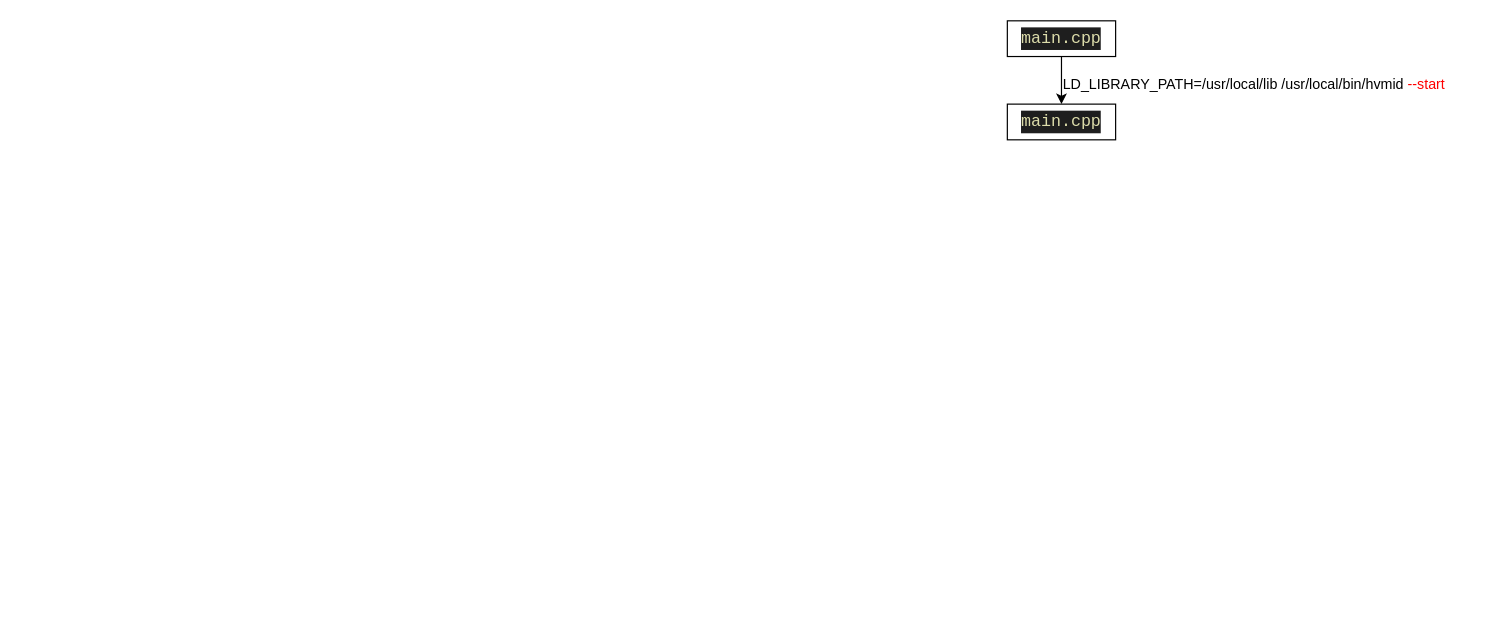
This is Untitled Diagram.drawio from Amber0130/Other, a draw.io file, before an edit. Source tidied: cells renumbered, new cells numbered last; positions are measured from the earlier drawing's top-left corner, leaving out a move shared by most shapes. Both pictures are drawn from the tidied source at 119%, with x=0, y=0 at pixel (1007, 20).
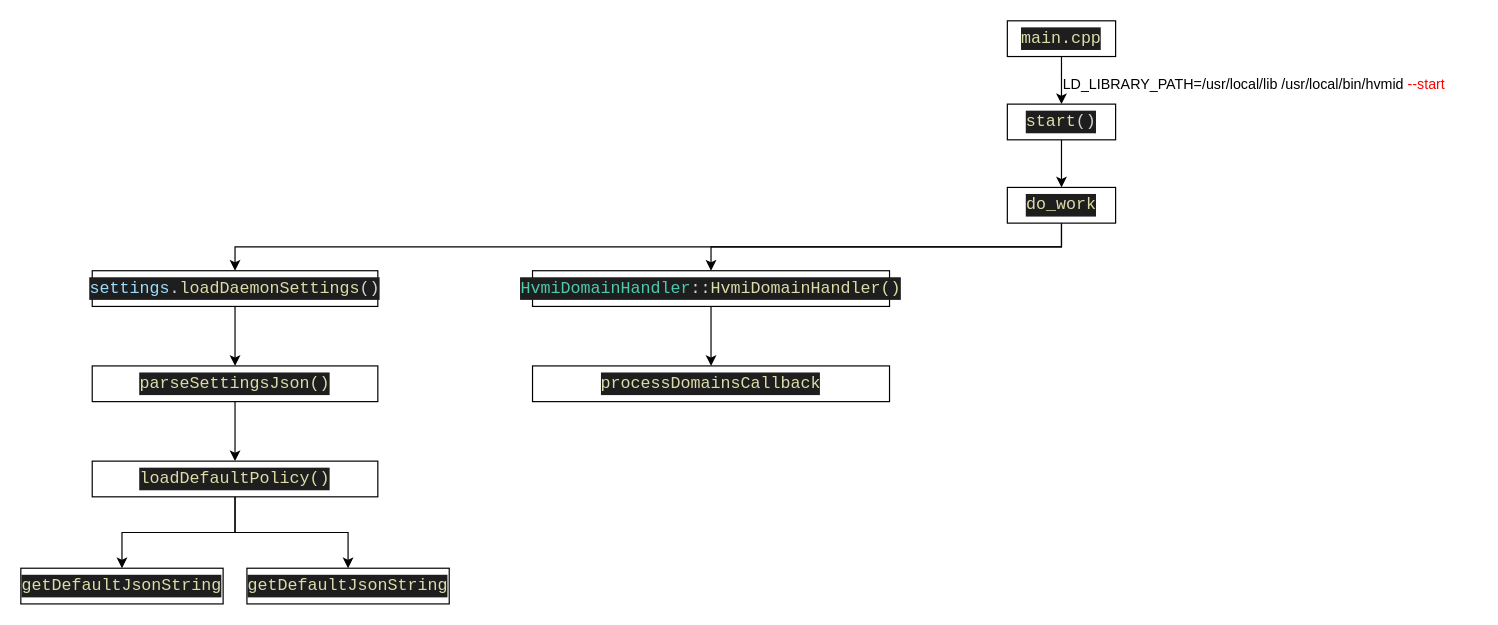
The same page after the edit.

The edit, as a diff of the source:
```diff
@@
+    <mxCell id="6" style="edgeStyle=orthogonalEdgeStyle;rounded=0;jettySize=auto;html=1;exitX=0.5;exitY=1;exitDx=0;exitDy=0;fontColor=#FF0000;" parent="1" edge="1" source="4" target="9">
+      <mxGeometry relative="1" as="geometry" />
+    </mxCell>
-    <mxCell id="4" value="&lt;div style=&quot;color: rgb(212 , 212 , 212) ; background-color: rgb(30 , 30 , 30) ; font-family: &amp;#34;consolas&amp;#34; , &amp;#34;courier new&amp;#34; , monospace ; font-size: 14px ; line-height: 19px&quot;&gt;&lt;span style=&quot;color: #dcdcaa&quot;&gt;main.cpp&lt;/span&gt;&lt;/div&gt;" style="rounded=0;whiteSpace=wrap;html=1;" parent="1" vertex="1">
+    <mxCell id="4" value="&lt;div style=&quot;color: rgb(212 , 212 , 212) ; background-color: rgb(30 , 30 , 30) ; font-family: &amp;#34;consolas&amp;#34; , &amp;#34;courier new&amp;#34; , monospace ; font-size: 14px ; line-height: 19px&quot;&gt;&lt;div style=&quot;font-family: &amp;#34;consolas&amp;#34; , &amp;#34;courier new&amp;#34; , monospace ; line-height: 19px&quot;&gt;&lt;span style=&quot;color: #dcdcaa&quot;&gt;start&lt;/span&gt;()&lt;/div&gt;&lt;/div&gt;" style="rounded=0;whiteSpace=wrap;html=1;" parent="1" vertex="1">
       <mxGeometry y="70" width="91" height="30" as="geometry" />
     </mxCell>
@@
+    <mxCell id="7" style="edgeStyle=orthogonalEdgeStyle;rounded=0;jettySize=auto;html=1;exitX=0.5;exitY=1;exitDx=0;exitDy=0;fontColor=#FF0000;" parent="1" edge="1" source="9" target="11">
+      <mxGeometry relative="1" as="geometry" />
+    </mxCell>
+    <mxCell id="8" style="edgeStyle=orthogonalEdgeStyle;rounded=0;jettySize=auto;html=1;exitX=0.5;exitY=1;exitDx=0;exitDy=0;entryX=0.5;entryY=0;entryDx=0;entryDy=0;fontColor=#FF0000;" parent="1" edge="1" source="9" target="20">
+      <mxGeometry relative="1" as="geometry" />
+    </mxCell>
+    <mxCell id="9" value="&lt;div style=&quot;color: rgb(212 , 212 , 212) ; background-color: rgb(30 , 30 , 30) ; font-family: &amp;#34;consolas&amp;#34; , &amp;#34;courier new&amp;#34; , monospace ; font-size: 14px ; line-height: 19px&quot;&gt;&lt;div style=&quot;font-family: &amp;#34;consolas&amp;#34; , &amp;#34;courier new&amp;#34; , monospace ; line-height: 19px&quot;&gt;&lt;div style=&quot;font-family: &amp;#34;consolas&amp;#34; , &amp;#34;courier new&amp;#34; , monospace ; line-height: 19px&quot;&gt;&lt;span style=&quot;color: #dcdcaa&quot;&gt;do_work&lt;/span&gt;&lt;/div&gt;&lt;/div&gt;&lt;/div&gt;" style="rounded=0;whiteSpace=wrap;html=1;" parent="1" vertex="1">
+      <mxGeometry y="140" width="91" height="30" as="geometry" />
+    </mxCell>
+    <mxCell id="10" style="edgeStyle=orthogonalEdgeStyle;rounded=0;jettySize=auto;html=1;exitX=0.5;exitY=1;exitDx=0;exitDy=0;fontColor=#FF0000;" parent="1" edge="1" source="11" target="13">
+      <mxGeometry relative="1" as="geometry" />
+    </mxCell>
+    <mxCell id="11" value="&lt;div style=&quot;color: rgb(212 , 212 , 212) ; background-color: rgb(30 , 30 , 30) ; font-family: &amp;#34;consolas&amp;#34; , &amp;#34;courier new&amp;#34; , monospace ; font-size: 14px ; line-height: 19px&quot;&gt;&lt;div style=&quot;font-family: &amp;#34;consolas&amp;#34; , &amp;#34;courier new&amp;#34; , monospace ; line-height: 19px&quot;&gt;&lt;div style=&quot;font-family: &amp;#34;consolas&amp;#34; , &amp;#34;courier new&amp;#34; , monospace ; line-height: 19px&quot;&gt;&lt;div style=&quot;font-family: &amp;#34;consolas&amp;#34; , &amp;#34;courier new&amp;#34; , monospace ; line-height: 19px&quot;&gt;&lt;span style=&quot;color: #9cdcfe&quot;&gt;settings&lt;/span&gt;.&lt;span style=&quot;color: #dcdcaa&quot;&gt;loadDaemonSettings&lt;/span&gt;()&lt;/div&gt;&lt;/div&gt;&lt;/div&gt;&lt;/div&gt;" style="rounded=0;whiteSpace=wrap;html=1;" parent="1" vertex="1">
+      <mxGeometry x="-769" y="210" width="240" height="30" as="geometry" />
+    </mxCell>
+    <mxCell id="12" style="edgeStyle=orthogonalEdgeStyle;rounded=0;jettySize=auto;html=1;exitX=0.5;exitY=1;exitDx=0;exitDy=0;fontColor=#FF0000;" parent="1" edge="1" source="13" target="16">
+      <mxGeometry relative="1" as="geometry" />
+    </mxCell>
+    <mxCell id="13" value="&lt;div style=&quot;color: rgb(212 , 212 , 212) ; background-color: rgb(30 , 30 , 30) ; font-family: &amp;#34;consolas&amp;#34; , &amp;#34;courier new&amp;#34; , monospace ; font-size: 14px ; line-height: 19px&quot;&gt;&lt;div style=&quot;font-family: &amp;#34;consolas&amp;#34; , &amp;#34;courier new&amp;#34; , monospace ; line-height: 19px&quot;&gt;&lt;div style=&quot;font-family: &amp;#34;consolas&amp;#34; , &amp;#34;courier new&amp;#34; , monospace ; line-height: 19px&quot;&gt;&lt;div style=&quot;font-family: &amp;#34;consolas&amp;#34; , &amp;#34;courier new&amp;#34; , monospace ; line-height: 19px&quot;&gt;&lt;div style=&quot;font-family: &amp;#34;consolas&amp;#34; , &amp;#34;courier new&amp;#34; , monospace ; line-height: 19px&quot;&gt;&lt;span style=&quot;color: #dcdcaa&quot;&gt;parseSettingsJson()&lt;/span&gt;&lt;/div&gt;&lt;/div&gt;&lt;/div&gt;&lt;/div&gt;&lt;/div&gt;" style="rounded=0;whiteSpace=wrap;html=1;" parent="1" vertex="1">
+      <mxGeometry x="-769" y="290" width="240" height="30" as="geometry" />
+    </mxCell>
+    <mxCell id="14" style="edgeStyle=orthogonalEdgeStyle;rounded=0;jettySize=auto;html=1;exitX=0.5;exitY=1;exitDx=0;exitDy=0;entryX=0.5;entryY=0;entryDx=0;entryDy=0;fontColor=#FF0000;" parent="1" edge="1" source="16" target="17">
+      <mxGeometry relative="1" as="geometry" />
+    </mxCell>
+    <mxCell id="15" style="edgeStyle=orthogonalEdgeStyle;rounded=0;jettySize=auto;html=1;exitX=0.5;exitY=1;exitDx=0;exitDy=0;entryX=0.5;entryY=0;entryDx=0;entryDy=0;fontColor=#FF0000;" parent="1" edge="1" source="16" target="18">
+      <mxGeometry relative="1" as="geometry" />
+    </mxCell>
+    <mxCell id="16" value="&lt;div style=&quot;color: rgb(212 , 212 , 212) ; background-color: rgb(30 , 30 , 30) ; font-family: &amp;#34;consolas&amp;#34; , &amp;#34;courier new&amp;#34; , monospace ; font-size: 14px ; line-height: 19px&quot;&gt;&lt;div style=&quot;font-family: &amp;#34;consolas&amp;#34; , &amp;#34;courier new&amp;#34; , monospace ; line-height: 19px&quot;&gt;&lt;div style=&quot;font-family: &amp;#34;consolas&amp;#34; , &amp;#34;courier new&amp;#34; , monospace ; line-height: 19px&quot;&gt;&lt;div style=&quot;font-family: &amp;#34;consolas&amp;#34; , &amp;#34;courier new&amp;#34; , monospace ; line-height: 19px&quot;&gt;&lt;div style=&quot;font-family: &amp;#34;consolas&amp;#34; , &amp;#34;courier new&amp;#34; , monospace ; line-height: 19px&quot;&gt;&lt;span style=&quot;color: rgb(220 , 220 , 170) ; font-family: &amp;#34;consolas&amp;#34; , &amp;#34;courier new&amp;#34; , monospace&quot;&gt;loadDefaultPolicy&lt;/span&gt;&lt;span style=&quot;color: #dcdcaa&quot;&gt;()&lt;/span&gt;&lt;/div&gt;&lt;/div&gt;&lt;/div&gt;&lt;/div&gt;&lt;/div&gt;" style="rounded=0;whiteSpace=wrap;html=1;" parent="1" vertex="1">
+      <mxGeometry x="-769" y="370" width="240" height="30" as="geometry" />
+    </mxCell>
+    <mxCell id="17" value="&lt;div style=&quot;color: rgb(212 , 212 , 212) ; background-color: rgb(30 , 30 , 30) ; font-family: &amp;#34;consolas&amp;#34; , &amp;#34;courier new&amp;#34; , monospace ; font-size: 14px ; line-height: 19px&quot;&gt;&lt;div style=&quot;font-family: &amp;#34;consolas&amp;#34; , &amp;#34;courier new&amp;#34; , monospace ; line-height: 19px&quot;&gt;&lt;div style=&quot;font-family: &amp;#34;consolas&amp;#34; , &amp;#34;courier new&amp;#34; , monospace ; line-height: 19px&quot;&gt;&lt;div style=&quot;font-family: &amp;#34;consolas&amp;#34; , &amp;#34;courier new&amp;#34; , monospace ; line-height: 19px&quot;&gt;&lt;div style=&quot;font-family: &amp;#34;consolas&amp;#34; , &amp;#34;courier new&amp;#34; , monospace ; line-height: 19px&quot;&gt;&lt;div style=&quot;font-family: &amp;#34;consolas&amp;#34; , &amp;#34;courier new&amp;#34; , monospace ; line-height: 19px&quot;&gt;&lt;span style=&quot;color: #dcdcaa&quot;&gt;getDefaultJsonString&lt;/span&gt;&lt;/div&gt;&lt;/div&gt;&lt;/div&gt;&lt;/div&gt;&lt;/div&gt;&lt;/div&gt;" style="rounded=0;whiteSpace=wrap;html=1;" parent="1" vertex="1">
+      <mxGeometry x="-829" y="460" width="170" height="30" as="geometry" />
+    </mxCell>
+    <mxCell id="18" value="&lt;div style=&quot;color: rgb(212 , 212 , 212) ; background-color: rgb(30 , 30 , 30) ; font-family: &amp;#34;consolas&amp;#34; , &amp;#34;courier new&amp;#34; , monospace ; font-size: 14px ; line-height: 19px&quot;&gt;&lt;div style=&quot;font-family: &amp;#34;consolas&amp;#34; , &amp;#34;courier new&amp;#34; , monospace ; line-height: 19px&quot;&gt;&lt;div style=&quot;font-family: &amp;#34;consolas&amp;#34; , &amp;#34;courier new&amp;#34; , monospace ; line-height: 19px&quot;&gt;&lt;div style=&quot;font-family: &amp;#34;consolas&amp;#34; , &amp;#34;courier new&amp;#34; , monospace ; line-height: 19px&quot;&gt;&lt;div style=&quot;font-family: &amp;#34;consolas&amp;#34; , &amp;#34;courier new&amp;#34; , monospace ; line-height: 19px&quot;&gt;&lt;div style=&quot;font-family: &amp;#34;consolas&amp;#34; , &amp;#34;courier new&amp;#34; , monospace ; line-height: 19px&quot;&gt;&lt;span style=&quot;color: #dcdcaa&quot;&gt;getDefaultJsonString&lt;/span&gt;&lt;/div&gt;&lt;/div&gt;&lt;/div&gt;&lt;/div&gt;&lt;/div&gt;&lt;/div&gt;" style="rounded=0;whiteSpace=wrap;html=1;" parent="1" vertex="1">
+      <mxGeometry x="-639" y="460" width="170" height="30" as="geometry" />
+    </mxCell>
+    <mxCell id="19" style="edgeStyle=orthogonalEdgeStyle;rounded=0;jettySize=auto;html=1;exitX=0.5;exitY=1;exitDx=0;exitDy=0;fontColor=#FF0000;" parent="1" edge="1" source="20" target="21">
+      <mxGeometry relative="1" as="geometry" />
+    </mxCell>
+    <mxCell id="20" value="&lt;div style=&quot;color: rgb(212 , 212 , 212) ; background-color: rgb(30 , 30 , 30) ; font-family: &amp;#34;consolas&amp;#34; , &amp;#34;courier new&amp;#34; , monospace ; font-size: 14px ; line-height: 19px&quot;&gt;&lt;div style=&quot;font-family: &amp;#34;consolas&amp;#34; , &amp;#34;courier new&amp;#34; , monospace ; line-height: 19px&quot;&gt;&lt;div style=&quot;font-family: &amp;#34;consolas&amp;#34; , &amp;#34;courier new&amp;#34; , monospace ; line-height: 19px&quot;&gt;&lt;div style=&quot;font-family: &amp;#34;consolas&amp;#34; , &amp;#34;courier new&amp;#34; , monospace ; line-height: 19px&quot;&gt;&lt;span style=&quot;color: rgb(78 , 201 , 176)&quot;&gt;HvmiDomainHandler&lt;/span&gt;::&lt;span style=&quot;color: rgb(220 , 220 , 170)&quot;&gt;HvmiDomainHandler()&lt;/span&gt;&lt;br&gt;&lt;/div&gt;&lt;/div&gt;&lt;/div&gt;&lt;/div&gt;" style="rounded=0;whiteSpace=wrap;html=1;" parent="1" vertex="1">
+      <mxGeometry x="-399" y="210" width="300" height="30" as="geometry" />
+    </mxCell>
+    <mxCell id="21" value="&lt;div style=&quot;color: rgb(212 , 212 , 212) ; background-color: rgb(30 , 30 , 30) ; font-family: &amp;#34;consolas&amp;#34; , &amp;#34;courier new&amp;#34; , monospace ; font-size: 14px ; line-height: 19px&quot;&gt;&lt;div style=&quot;font-family: &amp;#34;consolas&amp;#34; , &amp;#34;courier new&amp;#34; , monospace ; line-height: 19px&quot;&gt;&lt;div style=&quot;font-family: &amp;#34;consolas&amp;#34; , &amp;#34;courier new&amp;#34; , monospace ; line-height: 19px&quot;&gt;&lt;div style=&quot;font-family: &amp;#34;consolas&amp;#34; , &amp;#34;courier new&amp;#34; , monospace ; line-height: 19px&quot;&gt;&lt;div style=&quot;font-family: &amp;#34;consolas&amp;#34; , &amp;#34;courier new&amp;#34; , monospace ; line-height: 19px&quot;&gt;&lt;span style=&quot;color: #dcdcaa&quot;&gt;processDomainsCallback&lt;/span&gt;&lt;/div&gt;&lt;/div&gt;&lt;/div&gt;&lt;/div&gt;&lt;/div&gt;" style="rounded=0;whiteSpace=wrap;html=1;" parent="1" vertex="1">
+      <mxGeometry x="-399" y="290" width="300" height="30" as="geometry" />
+    </mxCell>
```
